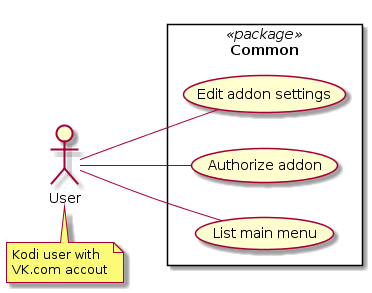
Earlier version of the PlantUML export resources/docs/uml/1a-usecase-common.png (tommistolercz/plugin.video.vk).
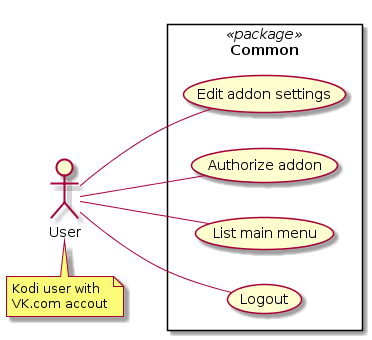
After the change.

The edit, as a diff of the source:
```diff
@@ -9,5 +9,6 @@
     user -- (Edit addon settings)
     user -- (Authorize addon)
     user -- (List main menu)
+    user -- (Logout)
 }
 @enduml
```
